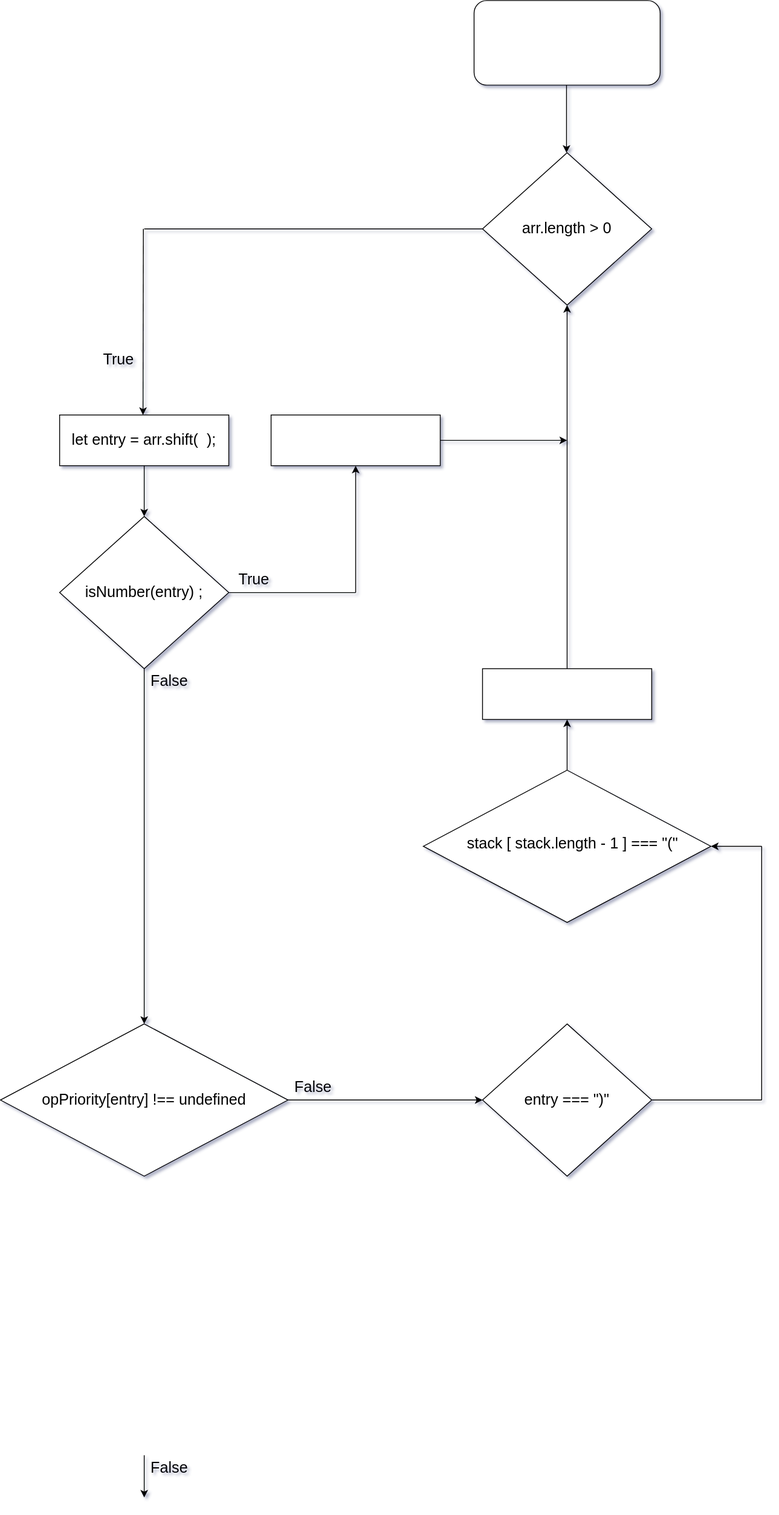
jcgm3205/jcgm3205 keeps this draw.io diagram as Untitled Diagram.drawio.svg. Above is the earlier version. Source tidied: cells renumbered, new cells last; positions are measured from the earlier drawing's top-left corner, leaving out a move shared by most shapes.
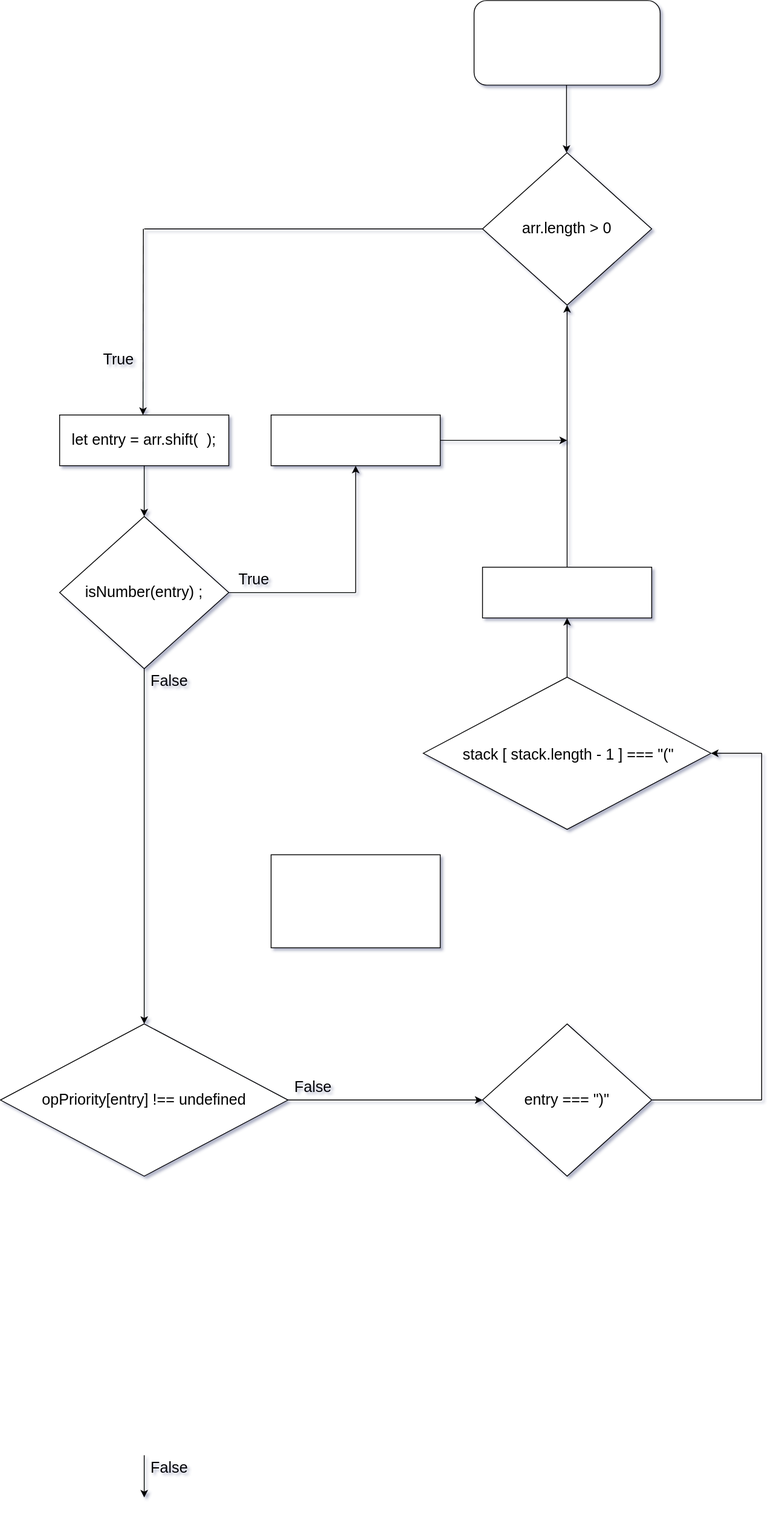
The same file after the commit.

Change to the diagram source:
```diff
@@ -81,16 +81,16 @@
       </mxGeometry>
     </mxCell>
     <mxCell id="24" style="rhombus;whiteSpace=wrap;html=1;fontSize=14;" parent="1" vertex="1">
-      <mxGeometry x="500" y="910" width="340" height="180" as="geometry" />
+      <mxGeometry x="500" y="800" width="340" height="180" as="geometry" />
     </mxCell>
     <mxCell id="25" value="stack [ stack.length - 1 ] === &quot;(&quot;" style="text;whiteSpace=wrap;html=1;fontSize=18;" parent="1" vertex="1">
-      <mxGeometry x="550" y="980" width="270" height="40" as="geometry" />
+      <mxGeometry x="545" y="875" width="270" height="40" as="geometry" />
     </mxCell>
     <mxCell id="26" style="endArrow=classic;html=1;rounded=0;fontSize=18;exitX=0.5;exitY=0;exitDx=0;exitDy=0;entryX=0.5;entryY=1;entryDx=0;entryDy=0;" parent="1" edge="1" source="24" target="27">
       <mxGeometry relative="1" as="geometry" />
     </mxCell>
     <mxCell id="27" style="rounded=0;whiteSpace=wrap;html=1;fontSize=18;" parent="1" vertex="1">
-      <mxGeometry x="570" y="790" width="200" height="60" as="geometry" />
+      <mxGeometry x="570" y="670" width="200" height="60" as="geometry" />
     </mxCell>
     <mxCell id="28" style="endArrow=none;html=1;rounded=0;fontSize=18;entryX=0;entryY=0.5;entryDx=0;entryDy=0;" parent="1" edge="1" target="4">
       <mxGeometry relative="1" as="geometry">
@@ -133,13 +133,16 @@
     <mxCell id="35" style="endArrow=none;html=1;rounded=0;fontSize=18;" parent="1" edge="1">
       <mxGeometry relative="1" as="geometry">
         <mxPoint x="900" y="1300" as="sourcePoint" />
-        <mxPoint x="900" y="1000" as="targetPoint" />
+        <mxPoint x="900" y="890" as="targetPoint" />
       </mxGeometry>
     </mxCell>
     <mxCell id="36" style="endArrow=classic;html=1;rounded=0;fontSize=18;entryX=1;entryY=0.5;entryDx=0;entryDy=0;" parent="1" edge="1" target="24">
       <mxGeometry relative="1" as="geometry">
-        <mxPoint x="900" y="1000" as="sourcePoint" />
+        <mxPoint x="900" y="890" as="sourcePoint" />
       </mxGeometry>
     </mxCell>
+    <mxCell id="37" style="rounded=0;whiteSpace=wrap;html=1;fontSize=18;" parent="1" vertex="1">
+      <mxGeometry x="320" y="1010" width="200" height="110" as="geometry" />
+    </mxCell>
   </root>
 </mxGraphModel>
```
